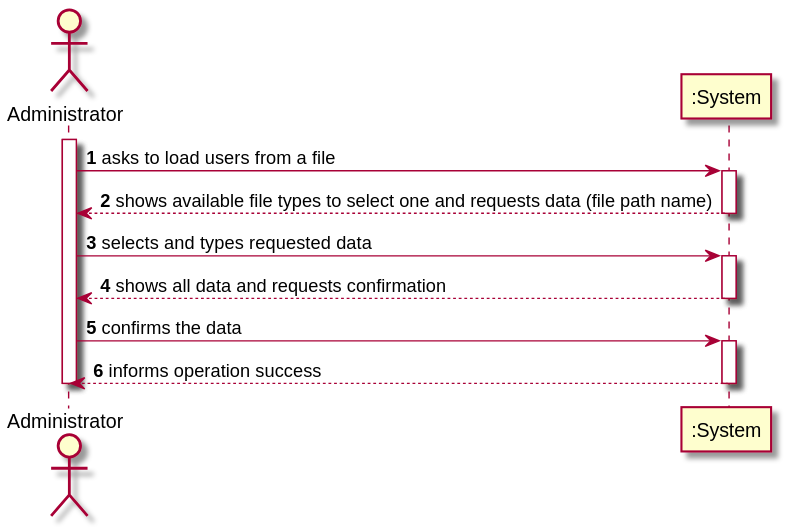
Before: docs/SprintC/US14/SSD/US14_SSD.svg, a diagram exported from PlantUML (miseEnPlace-i/lapr2).
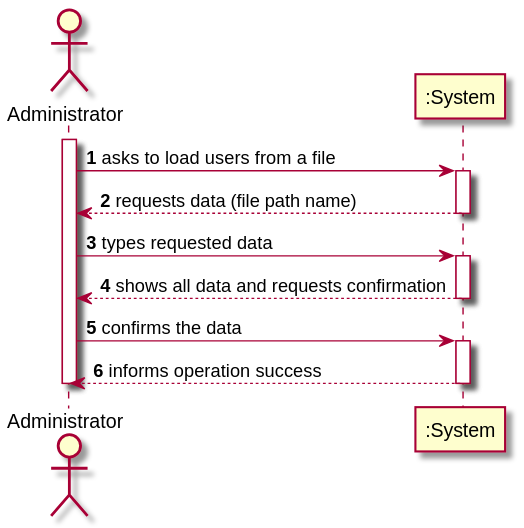
After the change.

Commit message:
fix(US14): removed selected data from SSD

Diff of the diagram source:
```diff
@@ -5,10 +5,10 @@
 activate ADMIN
 ADMIN -> ":System" : asks to load users from a file
 activate ":System"
-":System" --> ADMIN : shows available file types to select one and requests data (file path name)
+":System" --> ADMIN : requests data (file path name)
 deactivate ":System"
 
-ADMIN -> ":System" : selects and types requested data
+ADMIN -> ":System" : types requested data
 activate ":System"
 ":System" --> ADMIN : shows all data and requests confirmation
 deactivate ":System"
```
